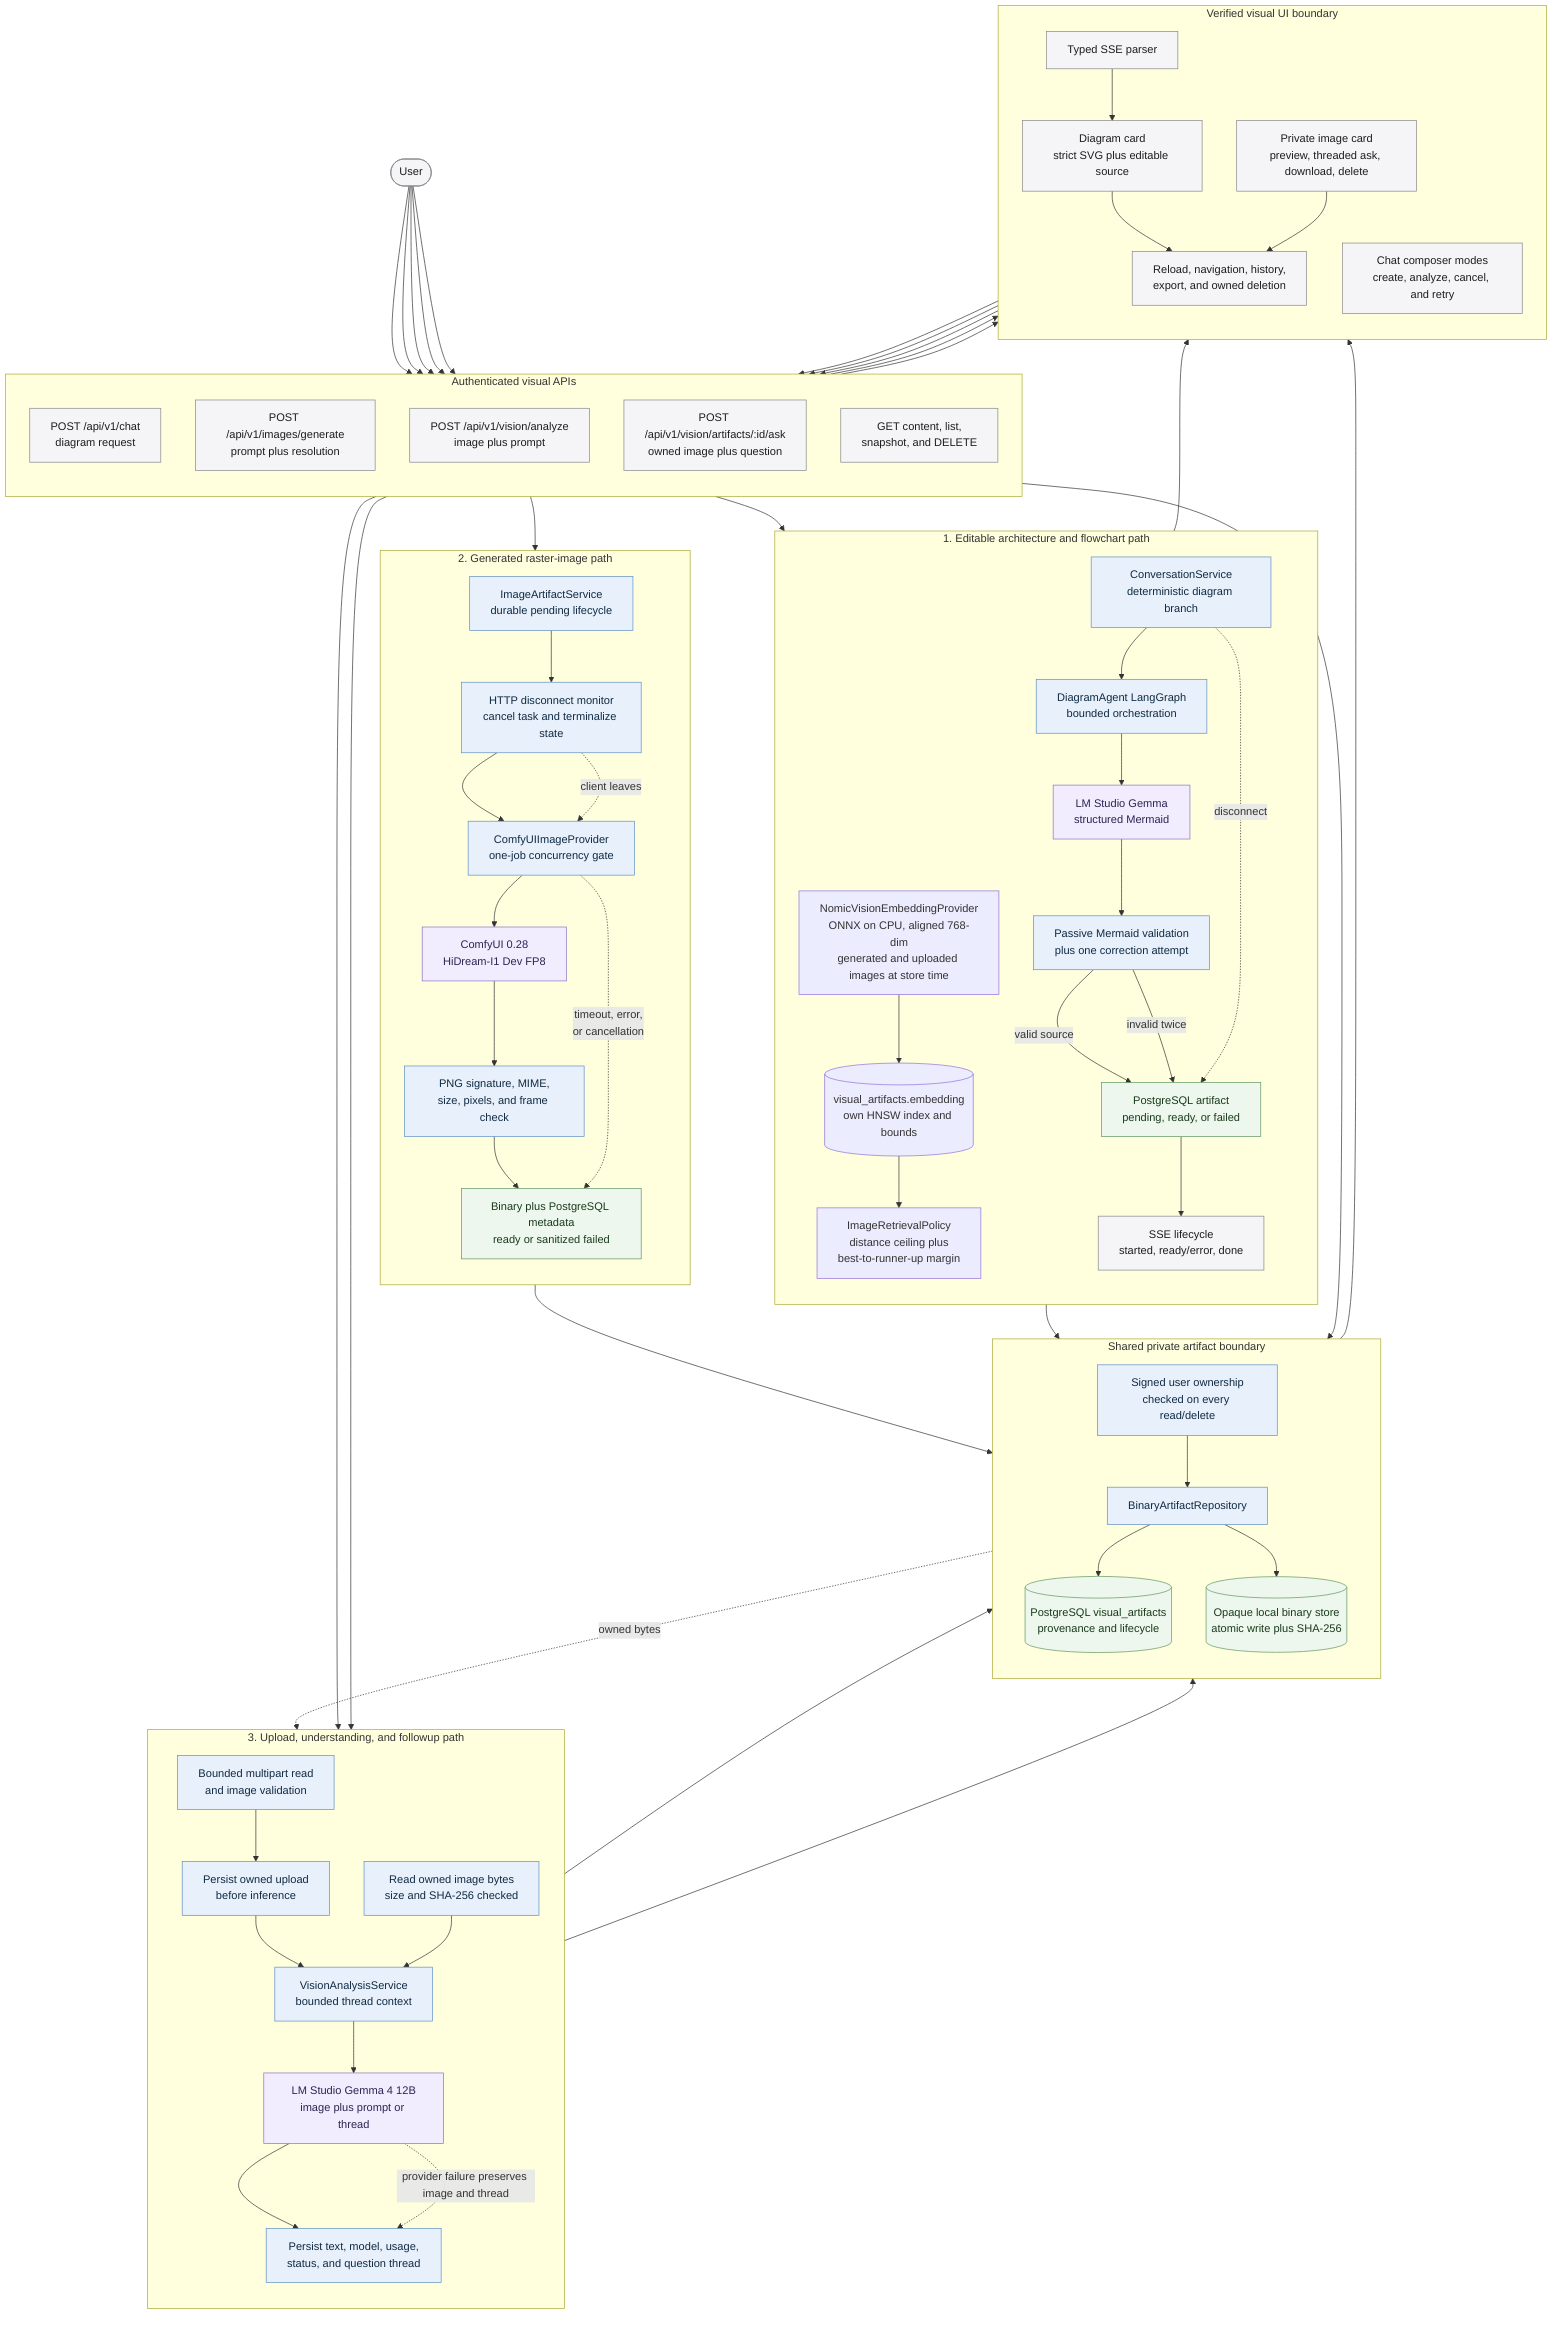
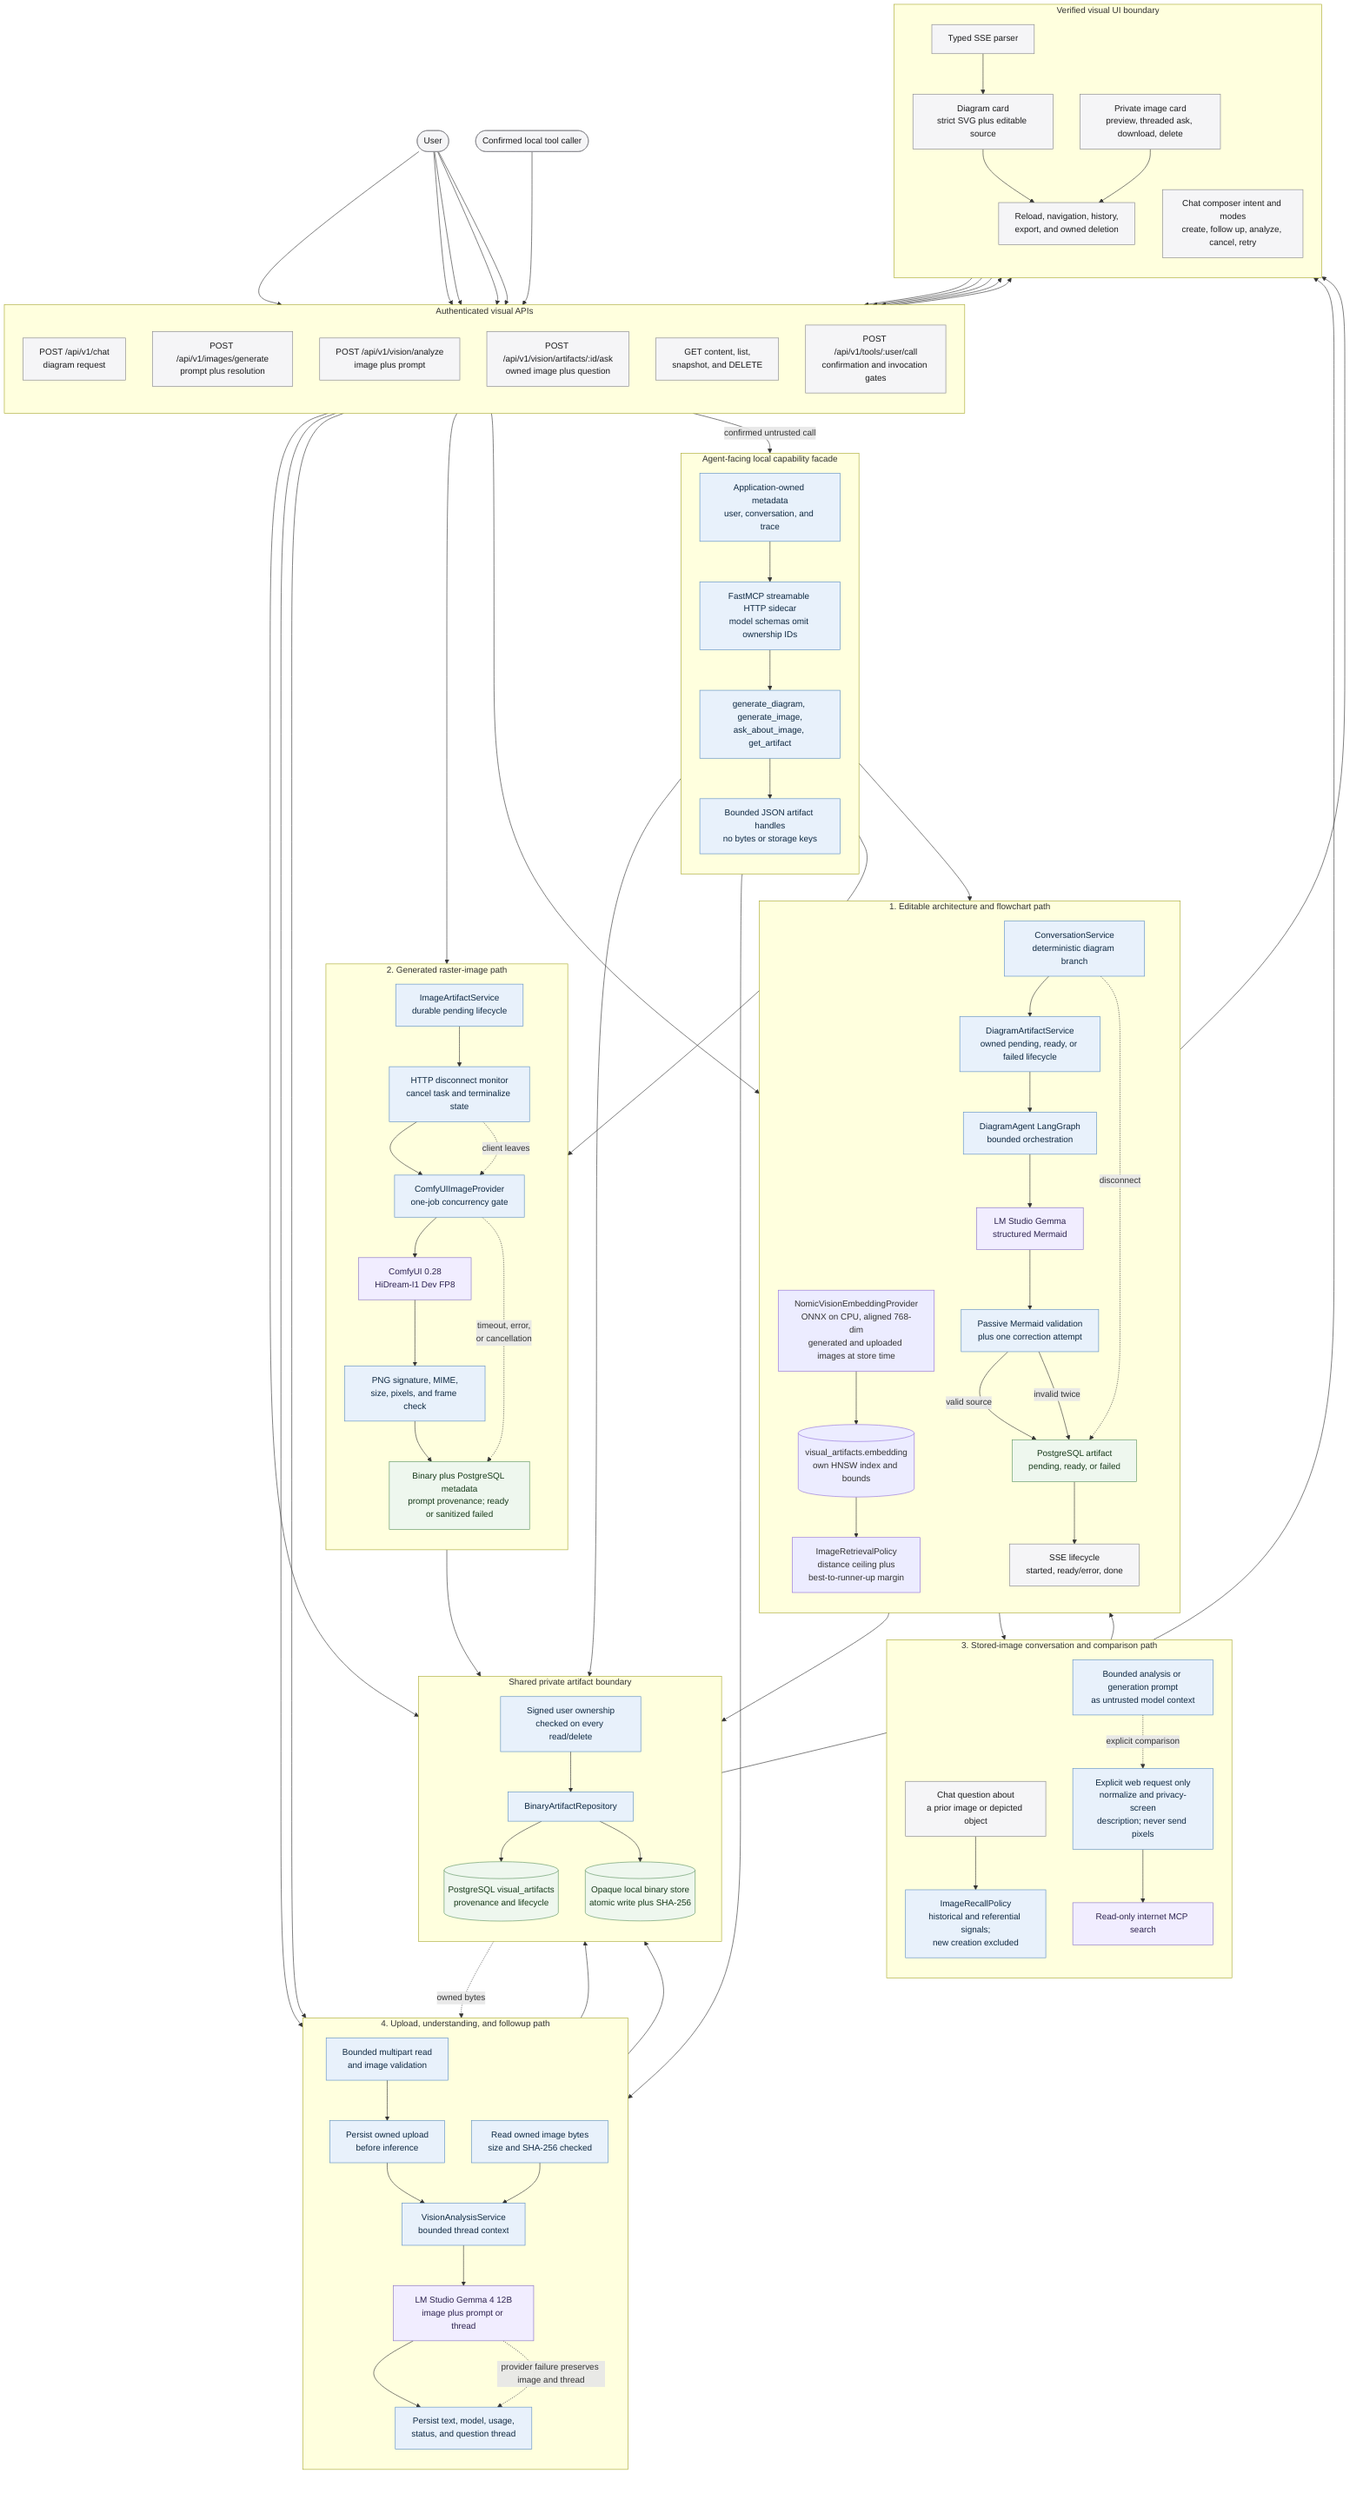
flowchart TB
    User([User])
+     ExplicitCaller([Confirmed local tool caller])

    subgraph Entry[Authenticated visual APIs]
        direction TB
        ChatAPI[POST /api/v1/chat<br/>diagram request]
        ImageAPI[POST /api/v1/images/generate<br/>prompt plus resolution]
        VisionAPI[POST /api/v1/vision/analyze<br/>image plus prompt]
        AskAPI[POST /api/v1/vision/artifacts/:id/ask<br/>owned image plus question]
        ArtifactAPI[GET content, list,<br/>snapshot, and DELETE]
+         ToolAPI[POST /api/v1/tools/:user/call<br/>confirmation and invocation gates]
    end

    User --> ChatAPI
    User --> ImageAPI
    User --> VisionAPI
    User --> AskAPI
    User --> ArtifactAPI
+     ExplicitCaller --> ToolAPI
+ 
+     subgraph MCPFacade[Agent-facing local capability facade]
+         direction TB
+         VisualMCP[FastMCP streamable HTTP sidecar<br/>model schemas omit ownership IDs]
+         HiddenContext[Application-owned metadata<br/>user, conversation, and trace]
+         VisualTools[generate_diagram, generate_image,<br/>ask_about_image, get_artifact]
+         Handles[Bounded JSON artifact handles<br/>no bytes or storage keys]
+ 
+         HiddenContext --> VisualMCP --> VisualTools --> Handles
+     end
+ 
+     ToolAPI -->|confirmed untrusted call| HiddenContext

    subgraph DiagramPath[1. Editable architecture and flowchart path]
        direction TB
        DiagramRoute[ConversationService<br/>deterministic diagram branch]
+         DiagramService[DiagramArtifactService<br/>owned pending, ready, or failed lifecycle]
        DiagramAgent[DiagramAgent LangGraph<br/>bounded orchestration]
        DiagramLLM[LM Studio Gemma<br/>structured Mermaid]
        MermaidCheck[Passive Mermaid validation<br/>plus one correction attempt]
        DiagramState[PostgreSQL artifact<br/>pending, ready, or failed]
        DiagramStream[SSE lifecycle<br/>started, ready/error, done]
        VisionEmbed[NomicVisionEmbeddingProvider<br/>ONNX on CPU, aligned 768-dim<br/>generated and uploaded images at store time]
        ImageVectors[(visual_artifacts.embedding<br/>own HNSW index and bounds)]
        RetrievalPolicy[ImageRetrievalPolicy<br/>distance ceiling plus<br/>best-to-runner-up margin]
        VisionEmbed --> ImageVectors --> RetrievalPolicy

-         DiagramRoute --> DiagramAgent --> DiagramLLM --> MermaidCheck
+         DiagramRoute --> DiagramService --> DiagramAgent --> DiagramLLM --> MermaidCheck
        MermaidCheck -->|valid source| DiagramState --> DiagramStream
        MermaidCheck -->|invalid twice| DiagramState
        DiagramRoute -. disconnect .-> DiagramState
    end

    ChatAPI --> DiagramRoute
+     VisualTools --> DiagramService

    subgraph RasterPath[2. Generated raster-image path]
        direction TB
        ImageLifecycle[ImageArtifactService<br/>durable pending lifecycle]
        DisconnectMonitor[HTTP disconnect monitor<br/>cancel task and terminalize state]
        ImageProvider[ComfyUIImageProvider<br/>one-job concurrency gate]
        ComfyUI[ComfyUI 0.28<br/>HiDream-I1 Dev FP8]
        OutputCheck[PNG signature, MIME,<br/>size, pixels, and frame check]
-         GeneratedState[Binary plus PostgreSQL metadata<br/>ready or sanitized failed]
+         GeneratedState[Binary plus PostgreSQL metadata<br/>prompt provenance; ready or sanitized failed]

        ImageLifecycle --> DisconnectMonitor --> ImageProvider --> ComfyUI --> OutputCheck --> GeneratedState
        DisconnectMonitor -. client leaves .-> ImageProvider
        ImageProvider -. timeout, error,<br/>or cancellation .-> GeneratedState
    end

    ImageAPI --> ImageLifecycle
+     VisualTools --> ImageLifecycle

-     subgraph VisionPath[3. Upload, understanding, and followup path]
+     subgraph RecallPath[3. Stored-image conversation and comparison path]
+         direction TB
+         ReferencedQuestion[Chat question about<br/>a prior image or depicted object]
+         RecallPolicy[ImageRecallPolicy<br/>historical and referential signals;<br/>new creation excluded]
+         PromptContext[Bounded analysis or generation prompt<br/>as untrusted model context]
+         OutboundGate[Explicit web request only<br/>normalize and privacy-screen<br/>description; never send pixels]
+         InternetMCP[Read-only internet MCP search]
+ 
+         ReferencedQuestion --> RecallPolicy --> RetrievalPolicy --> PromptContext
+         PromptContext -. explicit comparison .-> OutboundGate --> InternetMCP
+     end
+ 
+     subgraph VisionPath[4. Upload, understanding, and followup path]
        direction TB
        UploadCheck[Bounded multipart read<br/>and image validation]
        UploadState[Persist owned upload<br/>before inference]
        FollowupRead[Read owned image bytes<br/>size and SHA-256 checked]
        VisionService[VisionAnalysisService<br/>bounded thread context]
        VisionLLM[LM Studio Gemma 4 12B<br/>image plus prompt or thread]
        AnalysisState[Persist text, model, usage,<br/>status, and question thread]

        UploadCheck --> UploadState --> VisionService
        FollowupRead --> VisionService --> VisionLLM --> AnalysisState
        VisionLLM -. provider failure preserves image and thread .-> AnalysisState
    end

    VisionAPI --> UploadCheck
    AskAPI --> FollowupRead
+     VisualTools --> FollowupRead
+     VisualTools --> Ownership

    subgraph Persistence[Shared private artifact boundary]
        direction TB
        Ownership[Signed user ownership<br/>checked on every read/delete]
        Repository[BinaryArtifactRepository]
        Postgres[(PostgreSQL visual_artifacts<br/>provenance and lifecycle)]
        BinaryStore[(Opaque local binary store<br/>atomic write plus SHA-256)]

        Ownership --> Repository --> Postgres
        Repository --> BinaryStore
    end

    DiagramState --> Repository
    GeneratedState --> Repository
    UploadState --> Repository
    AnalysisState --> Repository
    BinaryStore -. owned bytes .-> FollowupRead
    ArtifactAPI --> Ownership

    subgraph Frontend[Verified visual UI boundary]
        direction TB
        SSEParser[Typed SSE parser]
        DiagramCard[Diagram card<br/>strict SVG plus editable source]
-         ImageComposer[Chat composer modes<br/>create, analyze, cancel, and retry]
+         ImageComposer[Chat composer intent and modes<br/>create, follow up, analyze, cancel, retry]
        ImageCard[Private image card<br/>preview, threaded ask, download, delete]
        ExistingUI[Reload, navigation, history,<br/>export, and owned deletion]

        SSEParser --> DiagramCard --> ExistingUI
        ImageComposer --> ImageAPI
        ImageComposer --> VisionAPI
        ImageAPI --> ImageCard --> ExistingUI
        VisionAPI --> ImageCard
        ImageCard --> AskAPI
    end

    DiagramStream --> SSEParser
    Ownership --> ExistingUI

    classDef interface fill:#f5f5f7,stroke:#86868b,color:#1d1d1f;
    classDef application fill:#e8f1fb,stroke:#5e8fc4,color:#102a43;
    classDef data fill:#eef7ee,stroke:#5f9562,color:#183b1b;
    classDef external fill:#f1edff,stroke:#8872c6,color:#2e2450;
    classDef planned fill:#fff3cd,stroke:#b78b20,color:#4d3900,stroke-dasharray:5 4;
-     class User,ChatAPI,ImageAPI,VisionAPI,AskAPI,ArtifactAPI,DiagramStream,SSEParser,DiagramCard,ImageComposer,ImageCard,ExistingUI interface;
-     class DiagramRoute,DiagramAgent,MermaidCheck,ImageLifecycle,DisconnectMonitor,ImageProvider,OutputCheck,UploadCheck,UploadState,FollowupRead,VisionService,AnalysisState,Ownership,Repository application;
+     class User,ExplicitCaller,ChatAPI,ImageAPI,VisionAPI,AskAPI,ArtifactAPI,ToolAPI,ReferencedQuestion,DiagramStream,SSEParser,DiagramCard,ImageComposer,ImageCard,ExistingUI interface;
+     class VisualMCP,HiddenContext,VisualTools,Handles,DiagramRoute,DiagramService,DiagramAgent,MermaidCheck,ImageLifecycle,DisconnectMonitor,ImageProvider,OutputCheck,RecallPolicy,PromptContext,OutboundGate,UploadCheck,UploadState,FollowupRead,VisionService,AnalysisState,Ownership,Repository application;
    class DiagramState,GeneratedState,Postgres,BinaryStore data;
-     class DiagramLLM,ComfyUI,VisionLLM external;
+     class DiagramLLM,ComfyUI,VisionLLM,InternetMCP external;
